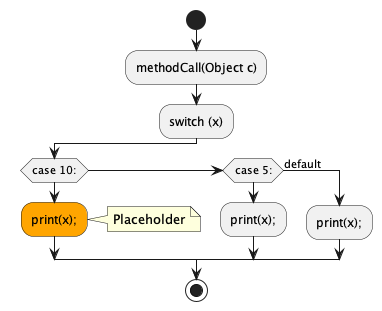
The PlantUML diagram src/test/java/visualization/outputs/SwitchStatement.png in chunga7879/ProgramAnalysis, before a commit. Its diagram source:
```plantuml
@startuml
start
:methodCall(Object c);
:switch (x);
if (case 10:)
#Orange:print(x);;
note right:Placeholder
elseif (case 5:)
:print(x);;
else (default)
:print(x);;
endif
stop
@enduml
```
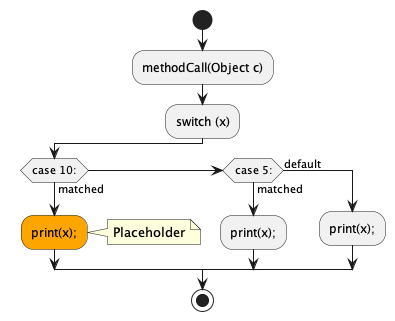
The same file after the commit.

Commit message:
Added 'matched' prompts to switch cases.

Diff of the diagram source:
```diff
@@ -2,10 +2,10 @@
 start
 :methodCall(Object c);
 :switch (x);
-if (case 10:)
+if (case 10:) then (matched)
 #Orange:print(x);;
 note right:Placeholder
-elseif (case 5:)
+elseif (case 5:) then (matched)
 :print(x);;
 else (default)
 :print(x);;
```
